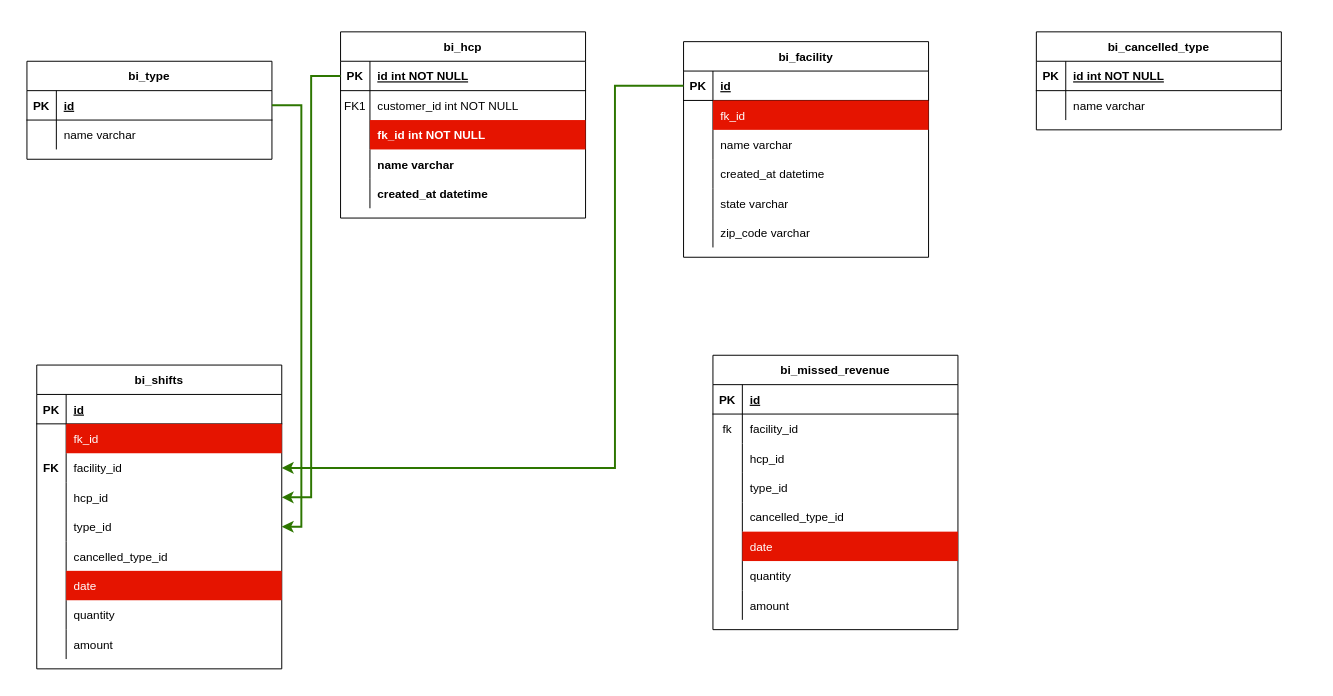
The draw.io diagram Untitled Diagram.drawio in venkatnr/ybm, before the edit. Source tidied: cells renumbered, new cells numbered last; positions are measured from the earlier drawing's top-left corner, leaving out a move shared by most shapes. Both pictures are drawn from the tidied source at 98%, with x=0, y=0 at pixel (26, 31).
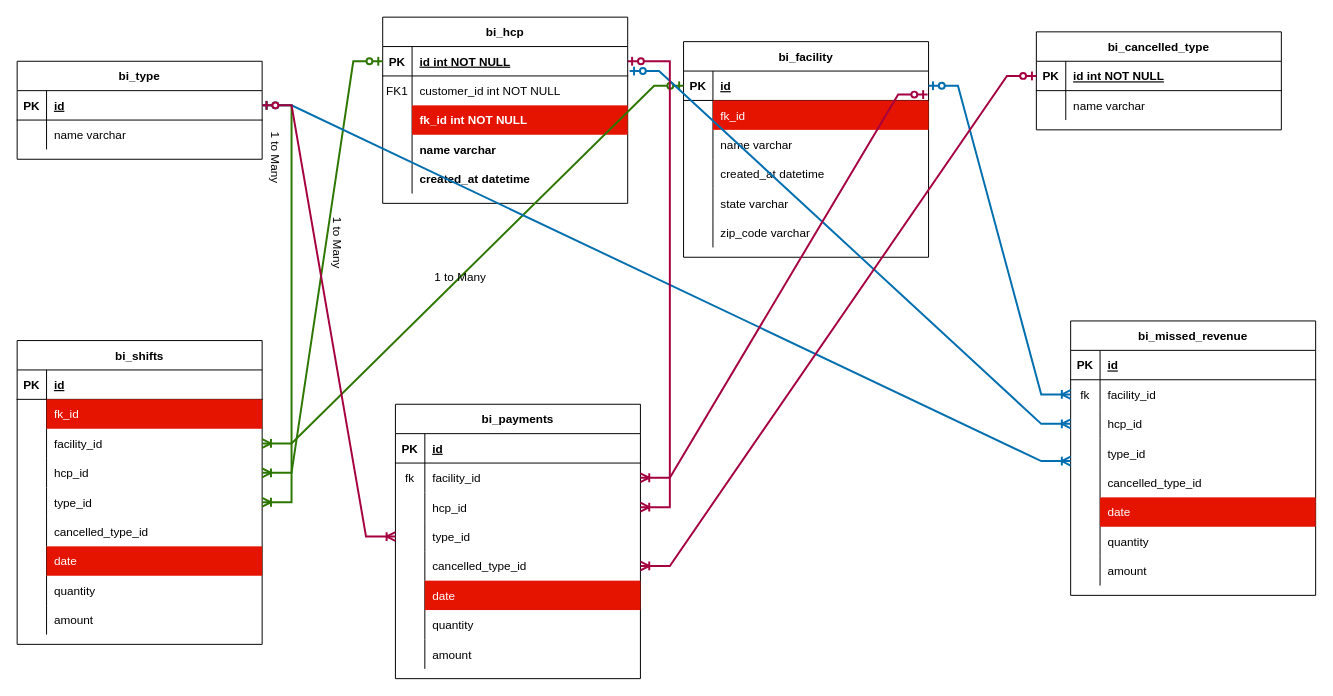
The same diagram, later.

Unchanged cells that the change refers to:
```xml
<mxCell id="3" style="shape=partialRectangle;fillColor=none;points=[[0,0.5],[1,0.5]];portConstraint=eastwest;top=0;left=0;right=0;bottom=1;" parent="2" vertex="1">
  <mxGeometry y="30" width="250" height="30" as="geometry" />
</mxCell>
<mxCell id="19" style="shape=partialRectangle;fillColor=none;points=[[0,0.5],[1,0.5]];portConstraint=eastwest;top=0;left=0;right=0;bottom=1;" parent="18" vertex="1">
  <mxGeometry y="30" width="250" height="30" as="geometry" />
</mxCell>
<mxCell id="26" style="shape=partialRectangle;fillColor=none;points=[[0,0.5],[1,0.5]];portConstraint=eastwest;top=0;left=0;right=0;bottom=1;" parent="25" vertex="1">
  <mxGeometry y="30" width="250" height="30" as="geometry" />
</mxCell>
<mxCell id="33" style="shape=partialRectangle;fillColor=none;points=[[0,0.5],[1,0.5]];portConstraint=eastwest;top=0;left=0;right=0;bottom=1;" parent="32" vertex="1">
  <mxGeometry y="30" width="250" height="30" as="geometry" />
</mxCell>
<mxCell id="58" style="shape=partialRectangle;fillColor=none;points=[[0,0.5],[1,0.5]];portConstraint=eastwest;top=0;left=0;right=0;bottom=0;" parent="51" vertex="1">
  <mxGeometry y="90" width="250" height="30" as="geometry" />
</mxCell>
<mxCell id="61" style="shape=partialRectangle;fillColor=none;points=[[0,0.5],[1,0.5]];portConstraint=eastwest;top=0;left=0;right=0;bottom=0;" parent="51" vertex="1">
  <mxGeometry y="120" width="250" height="30" as="geometry" />
</mxCell>
<mxCell id="64" style="shape=partialRectangle;fillColor=none;points=[[0,0.5],[1,0.5]];portConstraint=eastwest;top=0;left=0;right=0;bottom=0;" parent="51" vertex="1">
  <mxGeometry y="150" width="250" height="30" as="geometry" />
</mxCell>
<mxCell id="83" style="shape=partialRectangle;fillColor=none;points=[[0,0.5],[1,0.5]];portConstraint=eastwest;top=0;left=0;right=0;bottom=0;" parent="79" vertex="1">
  <mxGeometry y="60" width="250" height="30" as="geometry" />
</mxCell>
<mxCell id="86" style="shape=partialRectangle;fillColor=none;points=[[0,0.5],[1,0.5]];portConstraint=eastwest;top=0;left=0;right=0;bottom=0;" parent="79" vertex="1">
  <mxGeometry y="90" width="250" height="30" as="geometry" />
</mxCell>
<mxCell id="89" style="shape=partialRectangle;fillColor=none;points=[[0,0.5],[1,0.5]];portConstraint=eastwest;top=0;left=0;right=0;bottom=0;" parent="79" vertex="1">
  <mxGeometry y="120" width="250" height="30" as="geometry" />
</mxCell>
```

What changed in the source:
```diff
@@
     <mxCell id="2" value="bi_hcp" style="shape=table;startSize=30;childLayout=tableLayout;rowLines=0;fontStyle=1;align=center;" parent="1" vertex="1">
-      <mxGeometry x="320" width="250" height="190" as="geometry" />
+      <mxGeometry x="363" y="-15" width="250" height="190" as="geometry" />
     </mxCell>
@@
     <mxCell id="25" value="bi_type" style="shape=table;startSize=30;childLayout=tableLayout;rowLines=0;fontStyle=1;align=center;" parent="1" vertex="1">
-      <mxGeometry y="30" width="250" height="100" as="geometry" />
+      <mxGeometry x="-10" y="30" width="250" height="100" as="geometry" />
     </mxCell>
@@
     <mxCell id="51" value="bi_shifts" style="shape=table;startSize=30;childLayout=tableLayout;rowLines=0;fontStyle=1;align=center;" parent="1" vertex="1">
-      <mxGeometry x="10" y="340" width="250" height="310" as="geometry" />
+      <mxGeometry x="-10" y="315" width="250" height="310" as="geometry" />
     </mxCell>
@@
-    <mxCell id="59" value="FK" style="shape=partialRectangle;overflow=hidden;fillColor=none;top=0;left=0;bottom=0;right=0;fontStyle=1;" parent="58" vertex="1">
+    <mxCell id="59" style="shape=partialRectangle;overflow=hidden;fillColor=none;top=0;left=0;bottom=0;right=0;fontStyle=1;" parent="58" vertex="1">
       <mxGeometry width="30" height="30" as="geometry" />
     </mxCell>
@@
     <mxCell id="79" value="bi_missed_revenue" style="shape=table;startSize=30;childLayout=tableLayout;rowLines=0;fontStyle=1;align=center;" parent="1" vertex="1">
-      <mxGeometry x="700" y="330" width="250" height="280" as="geometry" />
+      <mxGeometry x="1065" y="295" width="250" height="280" as="geometry" />
     </mxCell>
@@
+    <mxCell id="107" value="1 to Many" style="text;html=1;align=center;verticalAlign=bottom;strokeColor=none;fillColor=none;rotation=90;" parent="1" vertex="1">
+      <mxGeometry x="220" y="113" width="80" height="30" as="geometry" />
+    </mxCell>
+    <mxCell id="106" style="edgeStyle=entityRelationEdgeStyle;fontSize=12;html=1;endArrow=ERoneToMany;startArrow=ERzeroToOne;rounded=0;strokeWidth=2;exitX=1;exitY=0.5;exitDx=0;exitDy=0;entryX=1;entryY=0.5;entryDx=0;entryDy=0;fillColor=#60a917;strokeColor=#2D7600;" parent="1" edge="1" source="26" target="64">
+      <mxGeometry relative="1" as="geometry" />
+    </mxCell>
-    <mxCell id="104" style="edgeStyle=orthogonalEdgeStyle;rounded=0;jettySize=auto;html=1;exitX=0;exitY=0.5;exitDx=0;exitDy=0;entryX=1;entryY=0.5;entryDx=0;entryDy=0;endArrow=classic;endFill=1;strokeWidth=2;fillColor=#60a917;strokeColor=#2D7600;" parent="1" edge="1" source="3" target="61">
+    <mxCell id="104" style="edgeStyle=entityRelationEdgeStyle;fontSize=12;html=1;endArrow=ERoneToMany;startArrow=ERzeroToOne;rounded=0;strokeWidth=2;exitX=0;exitY=0.5;exitDx=0;exitDy=0;entryX=1;entryY=0.5;entryDx=0;entryDy=0;fillColor=#60a917;strokeColor=#2D7600;" parent="1" edge="1" source="3" target="61">
       <mxGeometry relative="1" as="geometry" />
     </mxCell>
+    <mxCell id="108" value="1 to Many" style="text;html=1;align=center;verticalAlign=bottom;strokeColor=none;fillColor=none;rotation=90;" parent="1" vertex="1">
+      <mxGeometry x="283" y="200" width="80" height="30" as="geometry" />
+    </mxCell>
-    <mxCell id="105" style="edgeStyle=orthogonalEdgeStyle;rounded=0;jettySize=auto;html=1;exitX=0;exitY=0.5;exitDx=0;exitDy=0;entryX=1;entryY=0.5;entryDx=0;entryDy=0;endArrow=classic;endFill=1;strokeWidth=2;fillColor=#60a917;strokeColor=#2D7600;" parent="1" edge="1" source="33" target="58">
-      <mxGeometry relative="1" as="geometry">
-        <Array as="points">
-          <mxPoint x="600" y="55" />
-          <mxPoint x="600" y="445" />
-        </Array>
-      </mxGeometry>
+    <mxCell id="105" style="edgeStyle=entityRelationEdgeStyle;fontSize=12;html=1;endArrow=ERoneToMany;startArrow=ERzeroToOne;rounded=0;strokeWidth=2;entryX=1;entryY=0.5;entryDx=0;entryDy=0;exitX=0;exitY=0.5;exitDx=0;exitDy=0;fillColor=#60a917;strokeColor=#2D7600;" parent="1" edge="1" source="33" target="58">
+      <mxGeometry relative="1" as="geometry" />
     </mxCell>
-    <mxCell id="106" style="edgeStyle=orthogonalEdgeStyle;rounded=0;jettySize=auto;html=1;exitX=1;exitY=0.5;exitDx=0;exitDy=0;entryX=1;entryY=0.5;entryDx=0;entryDy=0;endArrow=classic;endFill=1;strokeWidth=2;fillColor=#60a917;strokeColor=#2D7600;" parent="1" edge="1" source="26" target="64">
-      <mxGeometry relative="1" as="geometry" />
-    </mxCell>
+    <mxCell id="109" value="1 to Many" style="text;html=1;align=center;verticalAlign=bottom;strokeColor=none;fillColor=none;rotation=0;" parent="1" vertex="1">
+      <mxGeometry x="402" y="230" width="80" height="30" as="geometry" />
+    </mxCell>
+    <mxCell id="110" style="edgeStyle=entityRelationEdgeStyle;fontSize=12;html=1;endArrow=ERoneToMany;startArrow=ERzeroToOne;rounded=0;strokeWidth=2;exitX=1;exitY=0.5;exitDx=0;exitDy=0;entryX=0;entryY=0.5;entryDx=0;entryDy=0;fillColor=#1ba1e2;strokeColor=#006EAF;" parent="1" edge="1" source="33" target="83">
+      <mxGeometry relative="1" as="geometry" />
+    </mxCell>
+    <mxCell id="111" style="edgeStyle=entityRelationEdgeStyle;fontSize=12;html=1;endArrow=ERoneToMany;startArrow=ERzeroToOne;rounded=0;strokeWidth=2;exitX=1.008;exitY=0.833;exitDx=0;exitDy=0;exitPerimeter=0;fillColor=#1ba1e2;strokeColor=#006EAF;" parent="1" edge="1" source="3" target="86">
+      <mxGeometry relative="1" as="geometry" />
+    </mxCell>
+    <mxCell id="112" style="edgeStyle=entityRelationEdgeStyle;fontSize=12;html=1;endArrow=ERoneToMany;startArrow=ERzeroToOne;rounded=0;strokeWidth=2;exitX=1;exitY=0.5;exitDx=0;exitDy=0;entryX=0;entryY=0.767;entryDx=0;entryDy=0;entryPerimeter=0;fillColor=#1ba1e2;strokeColor=#006EAF;" parent="1" edge="1" source="26" target="89">
+      <mxGeometry relative="1" as="geometry" />
+    </mxCell>
+    <mxCell id="113" value="bi_payments" style="shape=table;startSize=30;childLayout=tableLayout;rowLines=0;fontStyle=1;align=center;" parent="1" vertex="1">
+      <mxGeometry x="376" y="380" width="250" height="280" as="geometry" />
+    </mxCell>
+    <mxCell id="114" style="shape=partialRectangle;fillColor=none;top=0;left=0;right=0;bottom=1;" parent="113" vertex="1">
+      <mxGeometry y="30" width="250" height="30" as="geometry" />
+    </mxCell>
+    <mxCell id="115" value="PK" style="shape=partialRectangle;overflow=hidden;fillColor=none;top=0;left=0;bottom=0;right=0;fontStyle=1;" parent="114" vertex="1">
+      <mxGeometry width="30" height="30" as="geometry" />
+    </mxCell>
+    <mxCell id="116" value="id" style="shape=partialRectangle;overflow=hidden;fillColor=none;top=0;left=0;bottom=0;right=0;align=left;spacingLeft=6;fontStyle=5;" parent="114" vertex="1">
+      <mxGeometry x="30" width="220" height="30" as="geometry" />
+    </mxCell>
+    <mxCell id="117" style="shape=partialRectangle;fillColor=none;points=[[0,0.5],[1,0.5]];portConstraint=eastwest;top=0;left=0;right=0;bottom=0;" parent="113" vertex="1">
+      <mxGeometry y="60" width="250" height="30" as="geometry" />
+    </mxCell>
+    <mxCell id="118" value="fk" style="shape=partialRectangle;overflow=hidden;fillColor=none;top=0;left=0;bottom=0;right=0;" parent="117" vertex="1">
+      <mxGeometry width="30" height="30" as="geometry" />
+    </mxCell>
+    <mxCell id="119" value="facility_id" style="shape=partialRectangle;overflow=hidden;fillColor=none;top=0;left=0;bottom=0;right=0;align=left;spacingLeft=6;" parent="117" vertex="1">
+      <mxGeometry x="30" width="220" height="30" as="geometry" />
+    </mxCell>
+    <mxCell id="120" style="shape=partialRectangle;fillColor=none;points=[[0,0.5],[1,0.5]];portConstraint=eastwest;top=0;left=0;right=0;bottom=0;" parent="113" vertex="1">
+      <mxGeometry y="90" width="250" height="30" as="geometry" />
+    </mxCell>
+    <mxCell id="121" style="shape=partialRectangle;overflow=hidden;fillColor=none;top=0;left=0;bottom=0;right=0;" parent="120" vertex="1">
+      <mxGeometry width="30" height="30" as="geometry" />
+    </mxCell>
+    <mxCell id="122" value="hcp_id" style="shape=partialRectangle;overflow=hidden;fillColor=none;top=0;left=0;bottom=0;right=0;align=left;spacingLeft=6;" parent="120" vertex="1">
+      <mxGeometry x="30" width="220" height="30" as="geometry" />
+    </mxCell>
+    <mxCell id="123" style="shape=partialRectangle;fillColor=none;points=[[0,0.5],[1,0.5]];portConstraint=eastwest;top=0;left=0;right=0;bottom=0;" parent="113" vertex="1">
+      <mxGeometry y="120" width="250" height="30" as="geometry" />
+    </mxCell>
+    <mxCell id="124" style="shape=partialRectangle;overflow=hidden;fillColor=none;top=0;left=0;bottom=0;right=0;" parent="123" vertex="1">
+      <mxGeometry width="30" height="30" as="geometry" />
+    </mxCell>
+    <mxCell id="125" value="type_id" style="shape=partialRectangle;overflow=hidden;fillColor=none;top=0;left=0;bottom=0;right=0;align=left;spacingLeft=6;" parent="123" vertex="1">
+      <mxGeometry x="30" width="220" height="30" as="geometry" />
+    </mxCell>
+    <mxCell id="126" style="shape=partialRectangle;fillColor=none;points=[[0,0.5],[1,0.5]];portConstraint=eastwest;top=0;left=0;right=0;bottom=0;" parent="113" vertex="1">
+      <mxGeometry y="150" width="250" height="30" as="geometry" />
+    </mxCell>
+    <mxCell id="127" style="shape=partialRectangle;overflow=hidden;fillColor=none;top=0;left=0;bottom=0;right=0;" parent="126" vertex="1">
+      <mxGeometry width="30" height="30" as="geometry" />
+    </mxCell>
+    <mxCell id="128" value="cancelled_type_id    " style="shape=partialRectangle;overflow=hidden;fillColor=none;top=0;left=0;bottom=0;right=0;align=left;spacingLeft=6;" parent="126" vertex="1">
+      <mxGeometry x="30" width="220" height="30" as="geometry" />
+    </mxCell>
+    <mxCell id="129" style="shape=partialRectangle;fillColor=none;top=0;left=0;right=0;bottom=0;" parent="113" vertex="1">
+      <mxGeometry y="180" width="250" height="30" as="geometry" />
+    </mxCell>
+    <mxCell id="130" style="shape=partialRectangle;overflow=hidden;fillColor=none;top=0;left=0;bottom=0;right=0;" parent="129" vertex="1">
+      <mxGeometry width="30" height="30" as="geometry" />
+    </mxCell>
+    <mxCell id="131" value="date" style="shape=partialRectangle;overflow=hidden;fillColor=#e51400;top=0;left=0;bottom=0;right=0;align=left;spacingLeft=6;strokeColor=#B20000;fontColor=#ffffff;" parent="129" vertex="1">
+      <mxGeometry x="30" width="220" height="30" as="geometry" />
+    </mxCell>
+    <mxCell id="132" style="shape=partialRectangle;fillColor=none;top=0;left=0;right=0;bottom=0;" parent="113" vertex="1">
+      <mxGeometry y="210" width="250" height="30" as="geometry" />
+    </mxCell>
+    <mxCell id="133" style="shape=partialRectangle;overflow=hidden;fillColor=none;top=0;left=0;bottom=0;right=0;" parent="132" vertex="1">
+      <mxGeometry width="30" height="30" as="geometry" />
+    </mxCell>
+    <mxCell id="134" value="quantity" style="shape=partialRectangle;overflow=hidden;fillColor=none;top=0;left=0;bottom=0;right=0;align=left;spacingLeft=6;" parent="132" vertex="1">
+      <mxGeometry x="30" width="220" height="30" as="geometry" />
+    </mxCell>
+    <mxCell id="135" style="shape=partialRectangle;fillColor=none;top=0;left=0;right=0;bottom=0;" parent="113" vertex="1">
+      <mxGeometry y="240" width="250" height="30" as="geometry" />
+    </mxCell>
+    <mxCell id="136" style="shape=partialRectangle;overflow=hidden;fillColor=none;top=0;left=0;bottom=0;right=0;" parent="135" vertex="1">
+      <mxGeometry width="30" height="30" as="geometry" />
+    </mxCell>
+    <mxCell id="137" value="amount" style="shape=partialRectangle;overflow=hidden;fillColor=none;top=0;left=0;bottom=0;right=0;align=left;spacingLeft=6;" parent="135" vertex="1">
+      <mxGeometry x="30" width="220" height="30" as="geometry" />
+    </mxCell>
+    <mxCell id="138" style="edgeStyle=entityRelationEdgeStyle;fontSize=12;html=1;endArrow=ERoneToMany;startArrow=ERzeroToOne;rounded=0;strokeWidth=2;exitX=1;exitY=0.5;exitDx=0;exitDy=0;fillColor=#d80073;strokeColor=#A50040;" parent="1" edge="1" source="3" target="120">
+      <mxGeometry relative="1" as="geometry" />
+    </mxCell>
+    <mxCell id="139" style="edgeStyle=entityRelationEdgeStyle;fontSize=12;html=1;endArrow=ERoneToMany;startArrow=ERzeroToOne;rounded=0;strokeWidth=2;exitX=0.996;exitY=0.8;exitDx=0;exitDy=0;exitPerimeter=0;fillColor=#d80073;strokeColor=#A50040;" parent="1" edge="1" source="33" target="117">
+      <mxGeometry relative="1" as="geometry" />
+    </mxCell>
+    <mxCell id="140" style="edgeStyle=entityRelationEdgeStyle;fontSize=12;html=1;endArrow=ERoneToMany;startArrow=ERzeroToOne;rounded=0;strokeWidth=2;fillColor=#d80073;strokeColor=#A50040;" parent="1" edge="1" source="26" target="123">
+      <mxGeometry relative="1" as="geometry" />
+    </mxCell>
+    <mxCell id="141" style="edgeStyle=entityRelationEdgeStyle;fontSize=12;html=1;endArrow=ERoneToMany;startArrow=ERzeroToOne;rounded=0;strokeWidth=2;entryX=1;entryY=0.5;entryDx=0;entryDy=0;fillColor=#d80073;strokeColor=#A50040;" parent="1" edge="1" source="19" target="126">
+      <mxGeometry relative="1" as="geometry" />
+    </mxCell>
```
